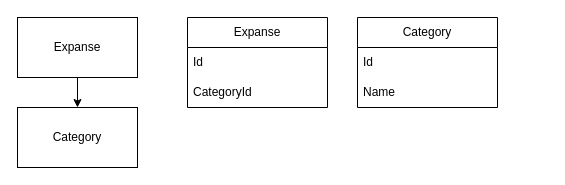
This is Diagrams/ExpansesDiagram.drawio from MarinaFriday/FlowerShop, a draw.io file, before an edit. Source tidied: cells renumbered, new cells numbered last; positions are measured from the earlier drawing's top-left corner, leaving out a move shared by most shapes. Both pictures are drawn from the tidied source at 100%, with x=0, y=0 at pixel (17, 17).
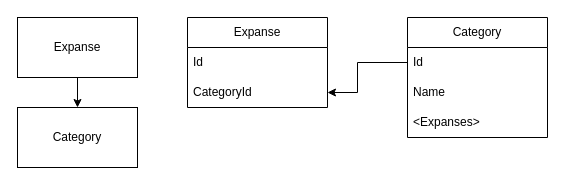
The same page after the edit.

What changed in the source:
```diff
@@
 <mxGraphModel>
   <root>
     <mxCell id="0" />
     <mxCell id="1" parent="0" />
     <mxCell id="2" value="Expanse" style="rounded=0;whiteSpace=wrap;html=1;" parent="1" vertex="1">
       <mxGeometry width="120" height="60" as="geometry" />
     </mxCell>
     <mxCell id="3" value="Category" style="rounded=0;whiteSpace=wrap;html=1;" parent="1" vertex="1">
       <mxGeometry y="90" width="120" height="60" as="geometry" />
     </mxCell>
     <mxCell id="4" style="endArrow=classic;html=1;rounded=0;exitX=0.5;exitY=1;exitDx=0;exitDy=0;entryX=0.5;entryY=0;entryDx=0;entryDy=0;" parent="1" edge="1" source="2" target="3">
       <mxGeometry relative="1" as="geometry" />
     </mxCell>
     <mxCell id="5" value="Expanse" style="swimlane;fontStyle=0;horizontal=1;startSize=30;whiteSpace=wrap;html=1;" parent="1" vertex="1">
       <mxGeometry x="170" width="140" height="90" as="geometry" />
     </mxCell>
     <mxCell id="6" value="Id" style="text;strokeColor=none;fillColor=none;align=left;verticalAlign=middle;spacingLeft=4;spacingRight=4;overflow=hidden;whiteSpace=wrap;html=1;" parent="5" vertex="1">
       <mxGeometry y="30" width="140" height="30" as="geometry" />
     </mxCell>
     <mxCell id="7" value="CategoryId" style="text;strokeColor=none;fillColor=none;align=left;verticalAlign=middle;spacingLeft=4;spacingRight=4;overflow=hidden;points=[[0,0.5],[1,0.5]];portConstraint=eastwest;whiteSpace=wrap;html=1;" parent="5" vertex="1">
       <mxGeometry y="60" width="140" height="30" as="geometry" />
     </mxCell>
     <mxCell id="8" value="Category" style="swimlane;fontStyle=0;horizontal=1;startSize=30;whiteSpace=wrap;html=1;" parent="1" vertex="1">
-      <mxGeometry x="340" width="140" height="90" as="geometry" />
+      <mxGeometry x="390" width="140" height="120" as="geometry" />
     </mxCell>
     <mxCell id="9" value="Id" style="text;strokeColor=none;fillColor=none;align=left;verticalAlign=middle;spacingLeft=4;spacingRight=4;overflow=hidden;points=[[0,0.5],[1,0.5]];portConstraint=eastwest;whiteSpace=wrap;html=1;" parent="8" vertex="1">
       <mxGeometry y="30" width="140" height="30" as="geometry" />
     </mxCell>
     <mxCell id="10" value="Name" style="text;strokeColor=none;fillColor=none;align=left;verticalAlign=middle;spacingLeft=4;spacingRight=4;overflow=hidden;whiteSpace=wrap;html=1;" parent="8" vertex="1">
       <mxGeometry y="60" width="140" height="30" as="geometry" />
     </mxCell>
+    <mxCell id="11" value="&amp;lt;Expanses&amp;gt;" style="text;strokeColor=none;fillColor=none;align=left;verticalAlign=middle;spacingLeft=4;spacingRight=4;overflow=hidden;whiteSpace=wrap;html=1;" parent="8" vertex="1">
+      <mxGeometry y="90" width="140" height="30" as="geometry" />
+    </mxCell>
+    <mxCell id="12" style="endArrow=classic;html=1;rounded=0;exitX=0;exitY=0.5;exitDx=0;exitDy=0;entryX=1;entryY=0.5;entryDx=0;entryDy=0;" parent="1" edge="1" source="9" target="7">
+      <mxGeometry relative="1" as="geometry">
+        <Array as="points">
+          <mxPoint x="340" y="45" />
+          <mxPoint x="340" y="75" />
+        </Array>
+      </mxGeometry>
+    </mxCell>
   </root>
 </mxGraphModel>
```
